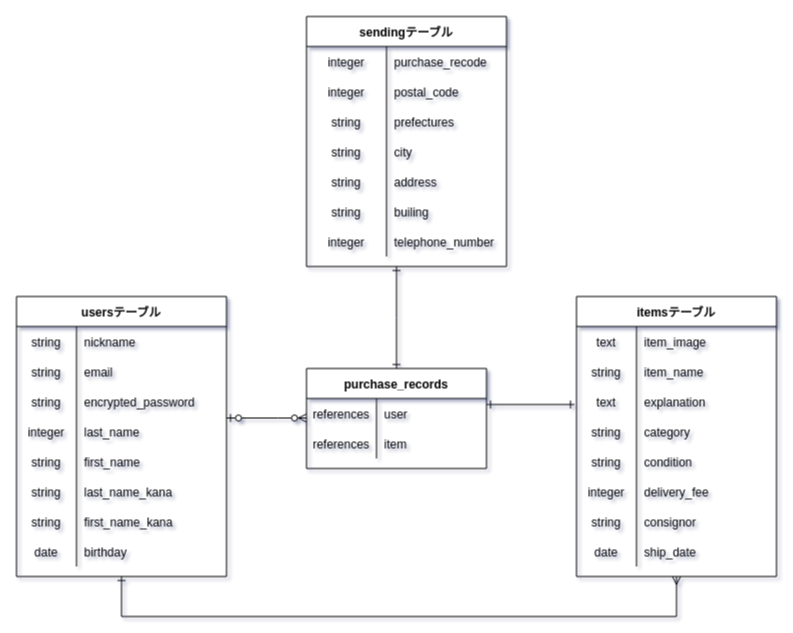
This is test.dio from iorrittle/furima-37188, a draw.io file, before an edit. Source tidied: cells renumbered, new cells numbered last; positions are measured from the earlier drawing's top-left corner, leaving out a move shared by most shapes. Both pictures are drawn from the tidied source at 100%, with x=0, y=0 at pixel (16, 16).
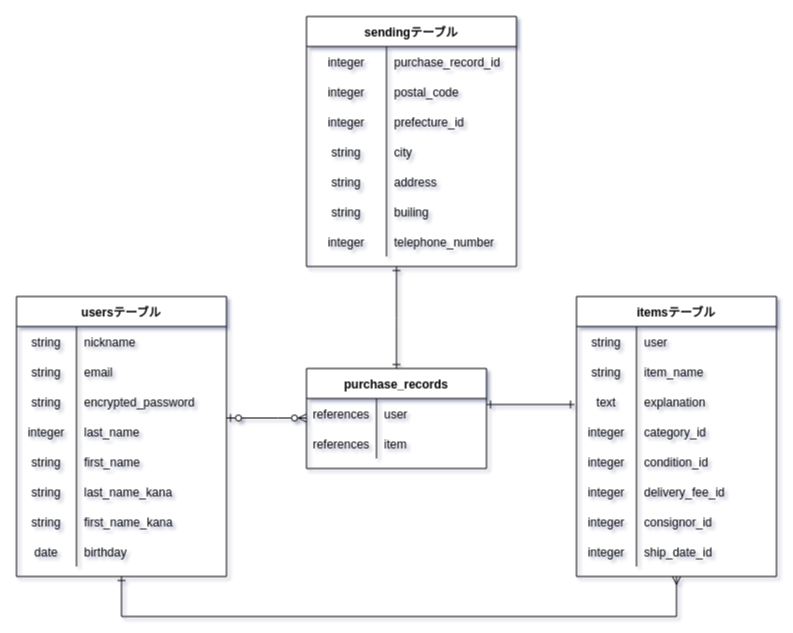
Above is the later version.

Unchanged cells that the change refers to:
```xml
<mxCell id="29" style="shape=partialRectangle;fillColor=none;top=0;left=0;bottom=0;right=0;" parent="28" vertex="1">
  <mxGeometry y="30" width="200" height="30" as="geometry" />
</mxCell>
<mxCell id="38" style="shape=partialRectangle;fillColor=none;top=0;left=0;bottom=0;right=0;" parent="28" vertex="1">
  <mxGeometry y="120" width="200" height="30" as="geometry" />
</mxCell>
<mxCell id="41" style="shape=partialRectangle;fillColor=none;top=0;left=0;bottom=0;right=0;" parent="28" vertex="1">
  <mxGeometry y="150" width="200" height="30" as="geometry" />
</mxCell>
<mxCell id="45" style="shape=partialRectangle;fillColor=none;top=0;left=0;bottom=0;right=0;" parent="28" vertex="1">
  <mxGeometry y="180" width="200" height="30" as="geometry" />
</mxCell>
<mxCell id="48" style="shape=partialRectangle;fillColor=none;top=0;left=0;bottom=0;right=0;" parent="28" vertex="1">
  <mxGeometry y="210" width="200" height="30" as="geometry" />
</mxCell>
<mxCell id="51" style="shape=partialRectangle;fillColor=none;top=0;left=0;bottom=0;right=0;" parent="28" vertex="1">
  <mxGeometry y="240" width="200" height="30" as="geometry" />
</mxCell>
```

Change to the diagram source:
```diff
@@
-    <mxCell id="30" value="text" style="shape=partialRectangle;fillColor=none;top=0;left=0;bottom=0;right=0;overflow=hidden;" parent="29" vertex="1">
+    <mxCell id="30" value="string" style="shape=partialRectangle;fillColor=none;top=0;left=0;bottom=0;right=0;overflow=hidden;" parent="29" vertex="1">
       <mxGeometry width="60" height="30" as="geometry" />
     </mxCell>
-    <mxCell id="31" value="item_image" style="shape=partialRectangle;fillColor=none;top=0;left=0;bottom=0;right=0;align=left;spacingLeft=6;overflow=hidden;" parent="29" vertex="1">
+    <mxCell id="31" value="user" style="shape=partialRectangle;fillColor=none;top=0;left=0;bottom=0;right=0;align=left;spacingLeft=6;overflow=hidden;" parent="29" vertex="1">
       <mxGeometry x="60" width="140" height="30" as="geometry" />
     </mxCell>
@@
-    <mxCell id="39" value="string" style="shape=partialRectangle;fillColor=none;top=0;left=0;bottom=0;right=0;overflow=hidden;" parent="38" vertex="1">
+    <mxCell id="39" value="integer" style="shape=partialRectangle;fillColor=none;top=0;left=0;bottom=0;right=0;overflow=hidden;" parent="38" vertex="1">
       <mxGeometry width="60" height="30" as="geometry" />
     </mxCell>
-    <mxCell id="40" value="category" style="shape=partialRectangle;fillColor=none;top=0;left=0;bottom=0;right=0;align=left;spacingLeft=6;overflow=hidden;" parent="38" vertex="1">
+    <mxCell id="40" value="category_id" style="shape=partialRectangle;fillColor=none;top=0;left=0;bottom=0;right=0;align=left;spacingLeft=6;overflow=hidden;" parent="38" vertex="1">
       <mxGeometry x="60" width="140" height="30" as="geometry" />
     </mxCell>
@@
-    <mxCell id="42" value="string" style="shape=partialRectangle;fillColor=none;top=0;left=0;bottom=0;right=0;overflow=hidden;" parent="41" vertex="1">
+    <mxCell id="42" value="integer" style="shape=partialRectangle;fillColor=none;top=0;left=0;bottom=0;right=0;overflow=hidden;" parent="41" vertex="1">
       <mxGeometry width="60" height="30" as="geometry" />
     </mxCell>
-    <mxCell id="43" value="condition" style="shape=partialRectangle;fillColor=none;top=0;left=0;bottom=0;right=0;align=left;spacingLeft=6;overflow=hidden;" parent="41" vertex="1">
+    <mxCell id="43" value="condition_id" style="shape=partialRectangle;fillColor=none;top=0;left=0;bottom=0;right=0;align=left;spacingLeft=6;overflow=hidden;" parent="41" vertex="1">
       <mxGeometry x="60" width="140" height="30" as="geometry" />
     </mxCell>
@@
-    <mxCell id="47" value="delivery_fee" style="shape=partialRectangle;fillColor=none;top=0;left=0;bottom=0;right=0;align=left;spacingLeft=6;overflow=hidden;" parent="45" vertex="1">
+    <mxCell id="47" value="delivery_fee_id" style="shape=partialRectangle;fillColor=none;top=0;left=0;bottom=0;right=0;align=left;spacingLeft=6;overflow=hidden;" parent="45" vertex="1">
       <mxGeometry x="60" width="140" height="30" as="geometry" />
     </mxCell>
@@
-    <mxCell id="49" value="string" style="shape=partialRectangle;fillColor=none;top=0;left=0;bottom=0;right=0;overflow=hidden;" parent="48" vertex="1">
+    <mxCell id="49" value="integer" style="shape=partialRectangle;fillColor=none;top=0;left=0;bottom=0;right=0;overflow=hidden;" parent="48" vertex="1">
       <mxGeometry width="60" height="30" as="geometry" />
     </mxCell>
-    <mxCell id="50" value="consignor" style="shape=partialRectangle;fillColor=none;top=0;left=0;bottom=0;right=0;align=left;spacingLeft=6;overflow=hidden;" parent="48" vertex="1">
+    <mxCell id="50" value="consignor_id" style="shape=partialRectangle;fillColor=none;top=0;left=0;bottom=0;right=0;align=left;spacingLeft=6;overflow=hidden;" parent="48" vertex="1">
       <mxGeometry x="60" width="140" height="30" as="geometry" />
     </mxCell>
@@
-    <mxCell id="52" value="date" style="shape=partialRectangle;fillColor=none;top=0;left=0;bottom=0;right=0;overflow=hidden;" parent="51" vertex="1">
+    <mxCell id="52" value="integer" style="shape=partialRectangle;fillColor=none;top=0;left=0;bottom=0;right=0;overflow=hidden;" parent="51" vertex="1">
       <mxGeometry width="60" height="30" as="geometry" />
     </mxCell>
-    <mxCell id="53" value="ship_date" style="shape=partialRectangle;fillColor=none;top=0;left=0;bottom=0;right=0;align=left;spacingLeft=6;overflow=hidden;" parent="51" vertex="1">
+    <mxCell id="53" value="ship_date_id" style="shape=partialRectangle;fillColor=none;top=0;left=0;bottom=0;right=0;align=left;spacingLeft=6;overflow=hidden;" parent="51" vertex="1">
       <mxGeometry x="60" width="140" height="30" as="geometry" />
     </mxCell>
@@
     <mxCell id="63" value="sendingテーブル" style="shape=table;startSize=30;childLayout=tableLayout;rowLines=0;fontStyle=1;align=center;gradientColor=#ffffff;" parent="1" vertex="1">
-      <mxGeometry x="290" width="200" height="250" as="geometry" />
+      <mxGeometry x="290" width="210" height="250" as="geometry" />
     </mxCell>
     <mxCell id="64" style="shape=partialRectangle;fillColor=none;top=0;left=0;bottom=0;right=0;" parent="63" vertex="1">
-      <mxGeometry y="30" width="200" height="30" as="geometry" />
+      <mxGeometry y="30" width="210" height="30" as="geometry" />
     </mxCell>
@@
-    <mxCell id="66" value="purchase_recode" style="shape=partialRectangle;fillColor=none;top=0;left=0;bottom=0;right=0;align=left;spacingLeft=6;overflow=hidden;" parent="64" vertex="1">
-      <mxGeometry x="80" width="120" height="30" as="geometry" />
+    <mxCell id="66" value="purchase_record_id" style="shape=partialRectangle;fillColor=none;top=0;left=0;bottom=0;right=0;align=left;spacingLeft=6;overflow=hidden;" parent="64" vertex="1">
+      <mxGeometry x="80" width="130" height="30" as="geometry" />
     </mxCell>
     <mxCell id="67" style="shape=partialRectangle;fillColor=none;top=0;left=0;bottom=0;right=0;" parent="63" vertex="1">
-      <mxGeometry y="60" width="200" height="30" as="geometry" />
+      <mxGeometry y="60" width="210" height="30" as="geometry" />
     </mxCell>
@@
     <mxCell id="69" value="postal_code" style="shape=partialRectangle;fillColor=none;top=0;left=0;bottom=0;right=0;align=left;spacingLeft=6;overflow=hidden;" parent="67" vertex="1">
-      <mxGeometry x="80" width="120" height="30" as="geometry" />
+      <mxGeometry x="80" width="130" height="30" as="geometry" />
     </mxCell>
     <mxCell id="70" style="shape=partialRectangle;fillColor=none;top=0;left=0;bottom=0;right=0;" parent="63" vertex="1">
-      <mxGeometry y="90" width="200" height="30" as="geometry" />
+      <mxGeometry y="90" width="210" height="30" as="geometry" />
     </mxCell>
-    <mxCell id="71" value="string" style="shape=partialRectangle;fillColor=none;top=0;left=0;bottom=0;right=0;overflow=hidden;" parent="70" vertex="1">
+    <mxCell id="71" value="integer" style="shape=partialRectangle;fillColor=none;top=0;left=0;bottom=0;right=0;overflow=hidden;" parent="70" vertex="1">
       <mxGeometry width="80" height="30" as="geometry" />
     </mxCell>
-    <mxCell id="72" value="prefectures" style="shape=partialRectangle;fillColor=none;top=0;left=0;bottom=0;right=0;align=left;spacingLeft=6;overflow=hidden;" parent="70" vertex="1">
-      <mxGeometry x="80" width="120" height="30" as="geometry" />
+    <mxCell id="72" value="prefecture_id" style="shape=partialRectangle;fillColor=none;top=0;left=0;bottom=0;right=0;align=left;spacingLeft=6;overflow=hidden;" parent="70" vertex="1">
+      <mxGeometry x="80" width="130" height="30" as="geometry" />
     </mxCell>
     <mxCell id="73" style="shape=partialRectangle;fillColor=none;top=0;left=0;bottom=0;right=0;" parent="63" vertex="1">
-      <mxGeometry y="120" width="200" height="30" as="geometry" />
+      <mxGeometry y="120" width="210" height="30" as="geometry" />
     </mxCell>
@@
     <mxCell id="75" value="city" style="shape=partialRectangle;fillColor=none;top=0;left=0;bottom=0;right=0;align=left;spacingLeft=6;overflow=hidden;" parent="73" vertex="1">
-      <mxGeometry x="80" width="120" height="30" as="geometry" />
+      <mxGeometry x="80" width="130" height="30" as="geometry" />
     </mxCell>
     <mxCell id="76" style="shape=partialRectangle;fillColor=none;top=0;left=0;bottom=0;right=0;" parent="63" vertex="1">
-      <mxGeometry y="150" width="200" height="30" as="geometry" />
+      <mxGeometry y="150" width="210" height="30" as="geometry" />
     </mxCell>
@@
     <mxCell id="78" value="address" style="shape=partialRectangle;fillColor=none;top=0;left=0;bottom=0;right=0;align=left;spacingLeft=6;overflow=hidden;" parent="76" vertex="1">
-      <mxGeometry x="80" width="120" height="30" as="geometry" />
+      <mxGeometry x="80" width="130" height="30" as="geometry" />
     </mxCell>
     <mxCell id="79" style="shape=partialRectangle;fillColor=none;top=0;left=0;bottom=0;right=0;" parent="63" vertex="1">
-      <mxGeometry y="180" width="200" height="30" as="geometry" />
+      <mxGeometry y="180" width="210" height="30" as="geometry" />
     </mxCell>
@@
     <mxCell id="81" value="builing " style="shape=partialRectangle;fillColor=none;top=0;left=0;bottom=0;right=0;align=left;spacingLeft=6;overflow=hidden;" parent="79" vertex="1">
-      <mxGeometry x="80" width="120" height="30" as="geometry" />
+      <mxGeometry x="80" width="130" height="30" as="geometry" />
     </mxCell>
     <mxCell id="82" style="shape=partialRectangle;fillColor=none;top=0;left=0;bottom=0;right=0;" parent="63" vertex="1">
-      <mxGeometry y="210" width="200" height="30" as="geometry" />
+      <mxGeometry y="210" width="210" height="30" as="geometry" />
     </mxCell>
@@
     <mxCell id="84" value="telephone_number" style="shape=partialRectangle;fillColor=none;top=0;left=0;bottom=0;right=0;align=left;spacingLeft=6;overflow=hidden;" parent="82" vertex="1">
-      <mxGeometry x="80" width="120" height="30" as="geometry" />
+      <mxGeometry x="80" width="130" height="30" as="geometry" />
     </mxCell>
```
